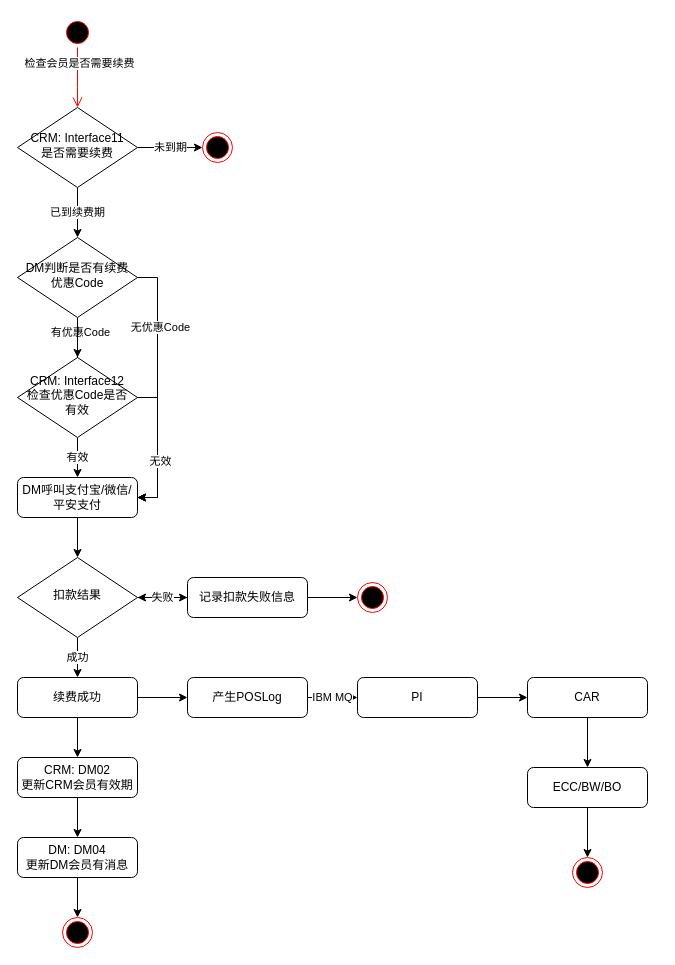
The draw.io diagram page "手动续费" (3 of 7) of DM会员注册.drawio in luss613/draw.io, before the edit. Source tidied: cells renumbered, new cells numbered last; positions are measured from the earlier drawing's top-left corner, leaving out a move shared by most shapes. Both pictures are drawn from the tidied source at 100%, with x=0, y=0 at pixel (17, 17).
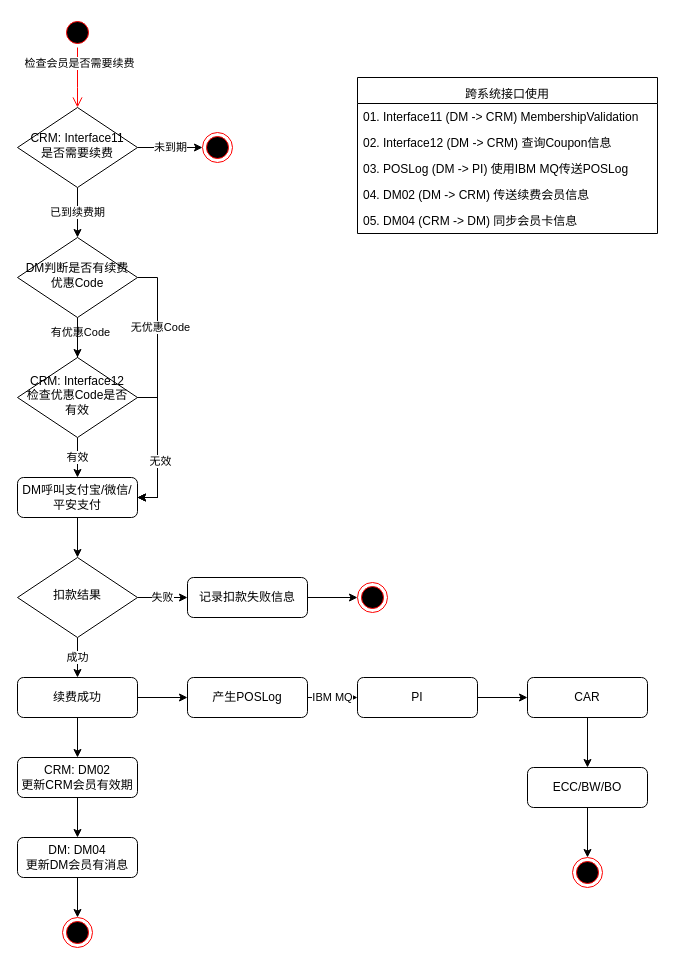
The same diagram, later.

The change refers to these unchanged cells:
```xml
<mxCell id="23" value="扣款结果" style="rhombus;whiteSpace=wrap;html=1;shadow=0;fontFamily=Helvetica;fontSize=12;align=center;strokeWidth=1;spacing=6;spacingTop=-4;" parent="1" vertex="1">
  <mxGeometry y="540" width="120" height="80" as="geometry" />
</mxCell>
<mxCell id="26" value="记录扣款失败信息" style="rounded=1;whiteSpace=wrap;html=1;fontSize=12;glass=0;strokeWidth=1;shadow=0;" parent="1" vertex="1">
  <mxGeometry x="170" y="560" width="120" height="40" as="geometry" />
</mxCell>
```

Diff of the diagram source:
```diff
@@
-    <mxCell id="21" style="edgeStyle=orthogonalEdgeStyle;rounded=0;jettySize=auto;html=1;" parent="1" edge="1" source="23" target="26">
+    <mxCell id="21" value="失败" style="edgeStyle=orthogonalEdgeStyle;rounded=0;jettySize=auto;html=1;" parent="1" edge="1" source="23" target="26">
       <mxGeometry relative="1" as="geometry" />
     </mxCell>
@@
-    <mxCell id="25" value="失败" style="edgeStyle=orthogonalEdgeStyle;rounded=0;jettySize=auto;html=1;" parent="1" edge="1" source="26" target="23">
-      <mxGeometry relative="1" as="geometry" />
-    </mxCell>
@@
+    <mxCell id="45" value="跨系统接口使用" style="swimlane;fontStyle=0;horizontal=1;startSize=26;align=center;verticalAlign=bottom;" parent="1" vertex="1">
+      <mxGeometry x="340" y="60" width="300" height="156" as="geometry" />
+    </mxCell>
+    <mxCell id="46" value="01. Interface11 (DM -&gt; CRM) MembershipValidation" style="text;strokeColor=none;fillColor=none;align=left;verticalAlign=top;spacingLeft=4;spacingRight=4;overflow=hidden;" parent="45" vertex="1">
+      <mxGeometry y="26" width="300" height="26" as="geometry" />
+    </mxCell>
+    <mxCell id="47" value="02. Interface12 (DM -&gt; CRM) 查询Coupon信息" style="text;strokeColor=none;fillColor=none;align=left;verticalAlign=top;spacingLeft=4;spacingRight=4;overflow=hidden;" parent="45" vertex="1">
+      <mxGeometry y="52" width="300" height="26" as="geometry" />
+    </mxCell>
+    <mxCell id="48" value="03. POSLog (DM -&gt; PI) 使用IBM MQ传送POSLog" style="text;strokeColor=none;fillColor=none;align=left;verticalAlign=top;spacingLeft=4;spacingRight=4;overflow=hidden;" parent="45" vertex="1">
+      <mxGeometry y="78" width="300" height="26" as="geometry" />
+    </mxCell>
+    <mxCell id="49" value="04. DM02 (DM -&gt; CRM) 传送续费会员信息" style="text;strokeColor=none;fillColor=none;align=left;verticalAlign=top;spacingLeft=4;spacingRight=4;overflow=hidden;" parent="45" vertex="1">
+      <mxGeometry y="104" width="300" height="26" as="geometry" />
+    </mxCell>
+    <mxCell id="50" value="05. DM04 (CRM -&gt; DM) 同步会员卡信息" style="text;strokeColor=none;fillColor=none;align=left;verticalAlign=top;spacingLeft=4;spacingRight=4;overflow=hidden;" parent="45" vertex="1">
+      <mxGeometry y="130" width="300" height="26" as="geometry" />
+    </mxCell>
```
